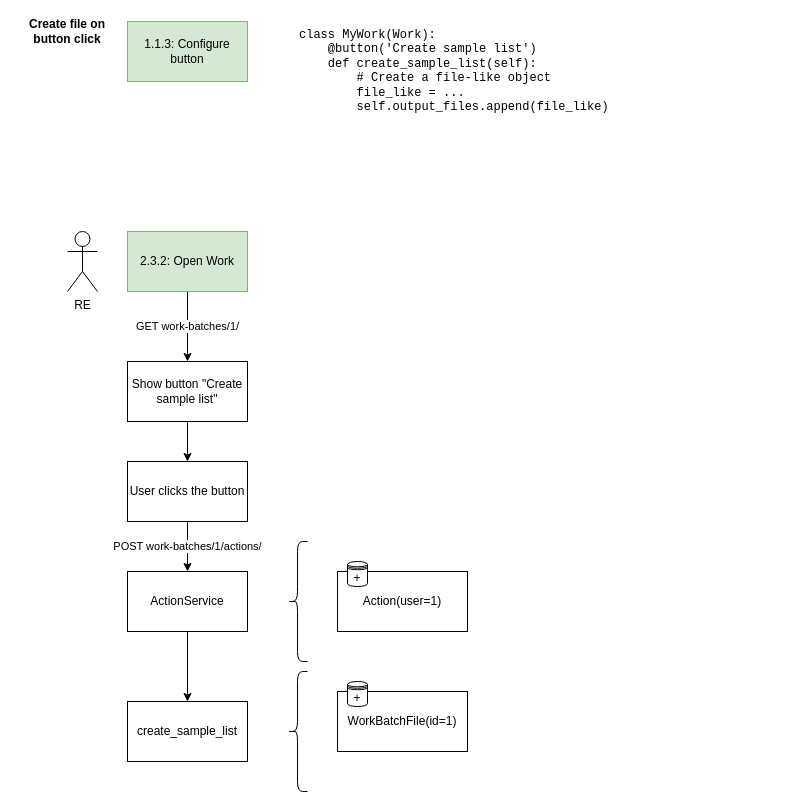
Earlier version of the draw.io diagram diagrams/2.3.4-create-file-on-button-click.drawio (commonlims/commonlims-design). Source tidied: cells renumbered, new cells numbered last; positions are measured from the earlier drawing's top-left corner, leaving out a move shared by most shapes. Both pictures are drawn from the tidied source at 100%, with x=0, y=0 at pixel (17, 21).
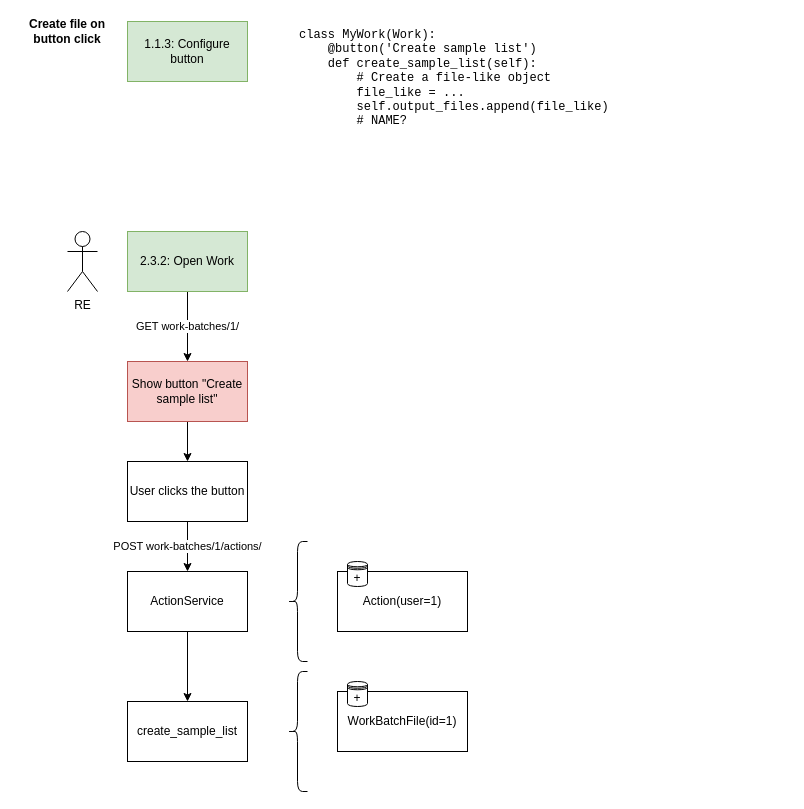
The same page after the edit.

Change to the diagram source:
```diff
@@
-    <mxCell id="5" value="Show button &quot;Create sample list&quot;" style="rounded=0;whiteSpace=wrap;html=1;" parent="1" vertex="1">
+    <mxCell id="5" value="Show button &quot;Create sample list&quot;" style="rounded=0;whiteSpace=wrap;html=1;fillColor=#f8cecc;strokeColor=#b85450;" parent="1" vertex="1">
       <mxGeometry x="110" y="340" width="120" height="60" as="geometry" />
     </mxCell>
@@
-    <mxCell id="8" value="&lt;div&gt;class MyWork(Work):&lt;/div&gt;&lt;div&gt;&amp;nbsp; &amp;nbsp;&amp;nbsp;&lt;span&gt;@button('Create sample list')&lt;/span&gt;&lt;/div&gt;&lt;div&gt;&amp;nbsp; &amp;nbsp; def create_sample_list(self):&lt;/div&gt;&lt;div&gt;&amp;nbsp; &amp;nbsp; &amp;nbsp; &amp;nbsp; # Create a file-like object&lt;/div&gt;&lt;div&gt;&amp;nbsp; &amp;nbsp; &amp;nbsp; &amp;nbsp; file_like = ...&lt;/div&gt;&lt;div&gt;&amp;nbsp; &amp;nbsp; &amp;nbsp; &amp;nbsp; self.output_files.append(file_like)&lt;/div&gt;" style="rounded=1;whiteSpace=wrap;html=1;align=left;strokeColor=none;verticalAlign=top;fontFamily=Courier New;" parent="1" vertex="1">
-      <mxGeometry x="280" width="490" height="140" as="geometry" />
+    <mxCell id="8" value="&lt;div&gt;class MyWork(Work):&lt;/div&gt;&lt;div&gt;&amp;nbsp; &amp;nbsp;&amp;nbsp;&lt;span&gt;@button('Create sample list')&lt;/span&gt;&lt;/div&gt;&lt;div&gt;&amp;nbsp; &amp;nbsp; def create_sample_list(self):&lt;/div&gt;&lt;div&gt;&amp;nbsp; &amp;nbsp; &amp;nbsp; &amp;nbsp; # Create a file-like object&lt;/div&gt;&lt;div&gt;&amp;nbsp; &amp;nbsp; &amp;nbsp; &amp;nbsp; file_like = ...&lt;/div&gt;&lt;div&gt;&amp;nbsp; &amp;nbsp; &amp;nbsp; &amp;nbsp; self.output_files.append(file_like)&lt;/div&gt;&lt;div&gt;&amp;nbsp; &amp;nbsp; &amp;nbsp; &amp;nbsp; # NAME?&lt;/div&gt;" style="rounded=1;whiteSpace=wrap;html=1;align=left;strokeColor=none;verticalAlign=top;fontFamily=Courier New;" parent="1" vertex="1">
+      <mxGeometry x="280" width="490" height="130" as="geometry" />
     </mxCell>
```
